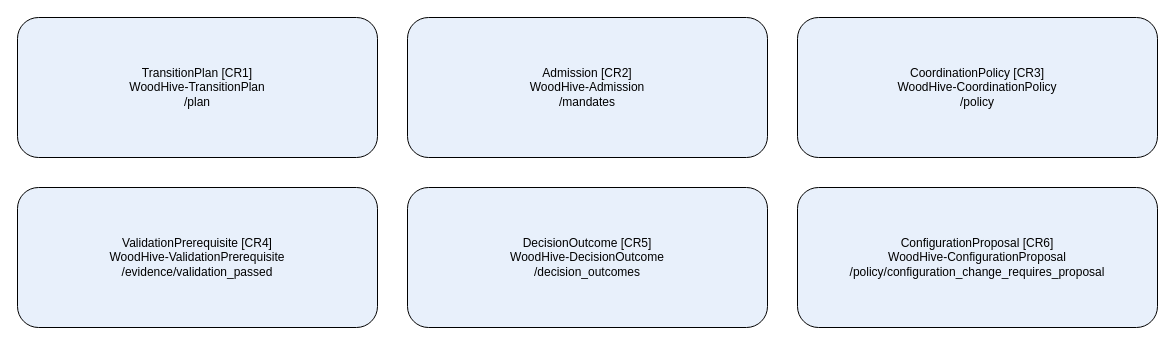
This is reproducibility/paper-b/models/extended-views/Coordination.drawio from alexbafana/MKM-POL21-2025, a draw.io file, before an edit. Source tidied: cells renumbered, new cells numbered last; positions are measured from the earlier drawing's top-left corner, leaving out a move shared by most shapes. Both pictures are drawn from the tidied source at 100%, with x=0, y=0 at pixel (17, 17).
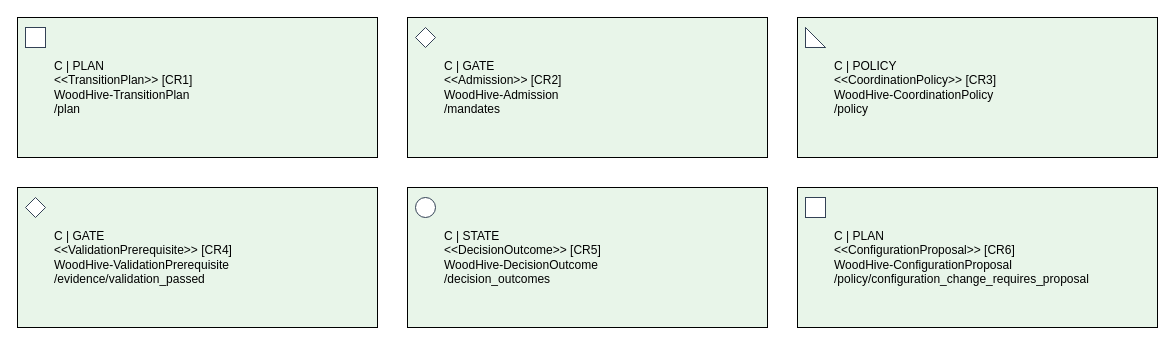
After the change.

What changed in the source:
```diff
@@
 <mxGraphModel>
   <root>
     <mxCell id="0" />
     <mxCell id="1" parent="0" />
-    <mxCell id="2" value="TransitionPlan [CR1]&#10;WoodHive-TransitionPlan&#10;/plan" style="rounded=1;whiteSpace=wrap;html=0;fillColor=#e8f0fb;" parent="1" vertex="1">
+    <mxCell id="2" value="C | PLAN&#10;&lt;&lt;TransitionPlan&gt;&gt; [CR1]&#10;WoodHive-TransitionPlan&#10;/plan" style="rounded=0;whiteSpace=wrap;html=0;align=left;spacingLeft=35;fillColor=#e8f5e9;" parent="1" vertex="1">
       <mxGeometry width="360" height="140" as="geometry" />
     </mxCell>
+    <mxCell id="8" style="shape=rectangle;fillColor=#ffffff;strokeColor=#334155;" parent="2" vertex="1">
+      <mxGeometry x="8" y="10" width="20" height="20" as="geometry" />
+    </mxCell>
-    <mxCell id="3" value="Admission [CR2]&#10;WoodHive-Admission&#10;/mandates" style="rounded=1;whiteSpace=wrap;html=0;fillColor=#e8f0fb;" parent="1" vertex="1">
+    <mxCell id="3" value="C | GATE&#10;&lt;&lt;Admission&gt;&gt; [CR2]&#10;WoodHive-Admission&#10;/mandates" style="rounded=0;whiteSpace=wrap;html=0;align=left;spacingLeft=35;fillColor=#e8f5e9;" parent="1" vertex="1">
       <mxGeometry x="390" width="360" height="140" as="geometry" />
     </mxCell>
+    <mxCell id="9" style="shape=rhombus;fillColor=#ffffff;strokeColor=#334155;" parent="3" vertex="1">
+      <mxGeometry x="8" y="10" width="20" height="20" as="geometry" />
+    </mxCell>
-    <mxCell id="4" value="CoordinationPolicy [CR3]&#10;WoodHive-CoordinationPolicy&#10;/policy" style="rounded=1;whiteSpace=wrap;html=0;fillColor=#e8f0fb;" parent="1" vertex="1">
+    <mxCell id="4" value="C | POLICY&#10;&lt;&lt;CoordinationPolicy&gt;&gt; [CR3]&#10;WoodHive-CoordinationPolicy&#10;/policy" style="rounded=0;whiteSpace=wrap;html=0;align=left;spacingLeft=35;fillColor=#e8f5e9;" parent="1" vertex="1">
       <mxGeometry x="780" width="360" height="140" as="geometry" />
     </mxCell>
+    <mxCell id="10" style="shape=note;fillColor=#ffffff;strokeColor=#334155;" parent="4" vertex="1">
+      <mxGeometry x="8" y="10" width="20" height="20" as="geometry" />
+    </mxCell>
-    <mxCell id="5" value="ValidationPrerequisite [CR4]&#10;WoodHive-ValidationPrerequisite&#10;/evidence/validation_passed" style="rounded=1;whiteSpace=wrap;html=0;fillColor=#e8f0fb;" parent="1" vertex="1">
+    <mxCell id="5" value="C | GATE&#10;&lt;&lt;ValidationPrerequisite&gt;&gt; [CR4]&#10;WoodHive-ValidationPrerequisite&#10;/evidence/validation_passed" style="rounded=0;whiteSpace=wrap;html=0;align=left;spacingLeft=35;fillColor=#e8f5e9;" parent="1" vertex="1">
       <mxGeometry y="170" width="360" height="140" as="geometry" />
     </mxCell>
+    <mxCell id="11" style="shape=rhombus;fillColor=#ffffff;strokeColor=#334155;" parent="5" vertex="1">
+      <mxGeometry x="8" y="10" width="20" height="20" as="geometry" />
+    </mxCell>
-    <mxCell id="6" value="DecisionOutcome [CR5]&#10;WoodHive-DecisionOutcome&#10;/decision_outcomes" style="rounded=1;whiteSpace=wrap;html=0;fillColor=#e8f0fb;" parent="1" vertex="1">
+    <mxCell id="6" value="C | STATE&#10;&lt;&lt;DecisionOutcome&gt;&gt; [CR5]&#10;WoodHive-DecisionOutcome&#10;/decision_outcomes" style="rounded=0;whiteSpace=wrap;html=0;align=left;spacingLeft=35;fillColor=#e8f5e9;" parent="1" vertex="1">
       <mxGeometry x="390" y="170" width="360" height="140" as="geometry" />
     </mxCell>
+    <mxCell id="12" style="shape=ellipse;fillColor=#ffffff;strokeColor=#334155;" parent="6" vertex="1">
+      <mxGeometry x="8" y="10" width="20" height="20" as="geometry" />
+    </mxCell>
-    <mxCell id="7" value="ConfigurationProposal [CR6]&#10;WoodHive-ConfigurationProposal&#10;/policy/configuration_change_requires_proposal" style="rounded=1;whiteSpace=wrap;html=0;fillColor=#e8f0fb;" parent="1" vertex="1">
+    <mxCell id="7" value="C | PLAN&#10;&lt;&lt;ConfigurationProposal&gt;&gt; [CR6]&#10;WoodHive-ConfigurationProposal&#10;/policy/configuration_change_requires_proposal" style="rounded=0;whiteSpace=wrap;html=0;align=left;spacingLeft=35;fillColor=#e8f5e9;" parent="1" vertex="1">
       <mxGeometry x="780" y="170" width="360" height="140" as="geometry" />
     </mxCell>
+    <mxCell id="13" style="shape=rectangle;fillColor=#ffffff;strokeColor=#334155;" parent="7" vertex="1">
+      <mxGeometry x="8" y="10" width="20" height="20" as="geometry" />
+    </mxCell>
   </root>
 </mxGraphModel>
```
